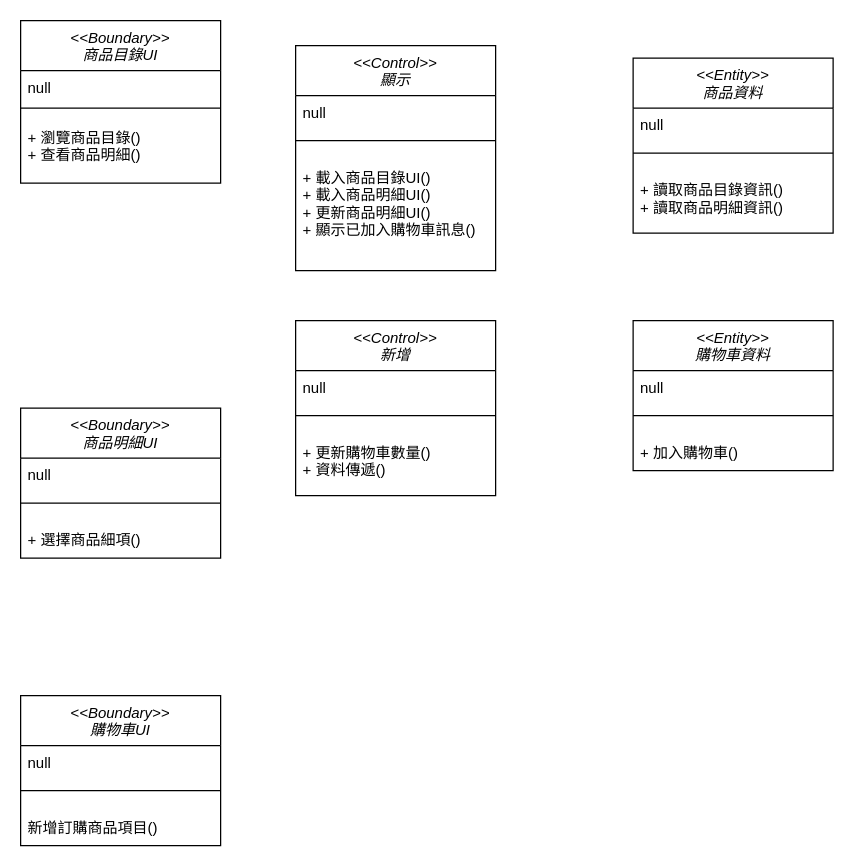
Earlier version of the draw.io diagram 商品訂購類別圖0515.drawio (odcs0320/blog). Source tidied: cells renumbered, new cells numbered last; positions are measured from the earlier drawing's top-left corner, leaving out a move shared by most shapes. Both pictures are drawn from the tidied source at 125%, with x=0, y=0 at pixel (20, 20).
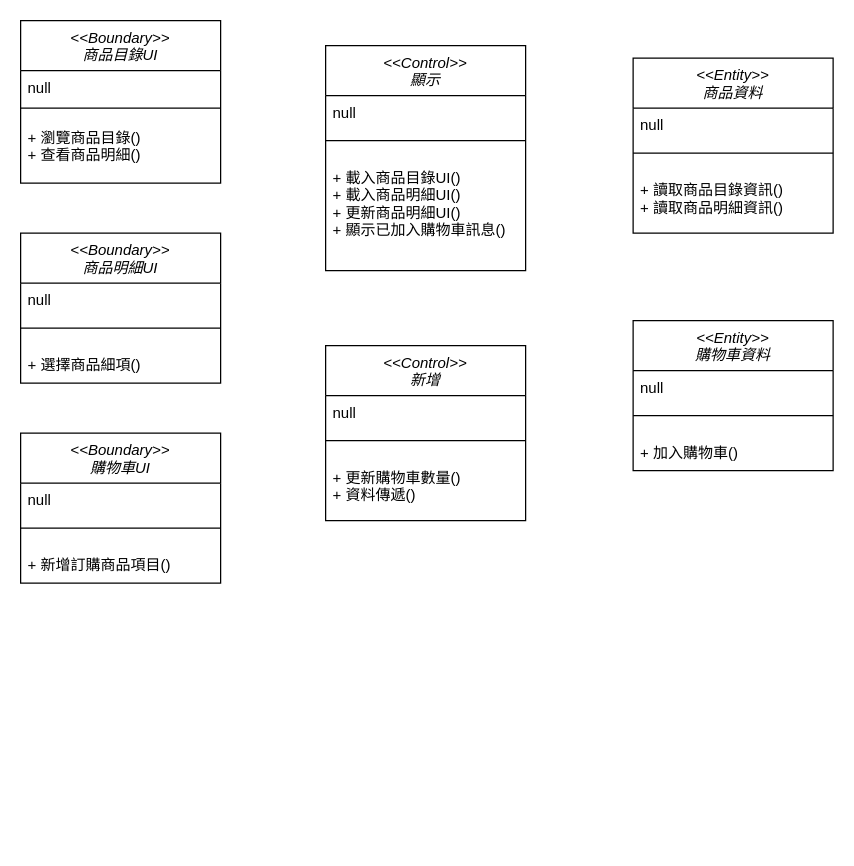
After the change.

Commit message:
更新商品訂購類別圖0515.drawio

Change to the diagram source:
```diff
@@
     <mxCell id="6" value="&lt;&lt;Boundary&gt;&gt;&#10;商品明細UI" style="swimlane;fontStyle=2;align=center;verticalAlign=top;horizontal=1;startSize=40;rounded=0;shadow=0;strokeWidth=1;" parent="1" vertex="1">
-      <mxGeometry y="310" width="160" height="120" as="geometry" />
+      <mxGeometry y="170" width="160" height="120" as="geometry" />
     </mxCell>
@@
     <mxCell id="10" value="&lt;&lt;Boundary&gt;&gt;&#10;購物車UI" style="swimlane;fontStyle=2;align=center;verticalAlign=top;horizontal=1;startSize=40;rounded=0;shadow=0;strokeWidth=1;" parent="1" vertex="1">
-      <mxGeometry y="540" width="160" height="120" as="geometry" />
+      <mxGeometry y="330" width="160" height="120" as="geometry" />
     </mxCell>
@@
-    <mxCell id="13" value="新增訂購商品項目()" style="text;align=left;verticalAlign=top;spacingLeft=4;spacingRight=4;overflow=hidden;rounded=0;shadow=0;html=0;" parent="10" vertex="1">
+    <mxCell id="13" value="+ 新增訂購商品項目()" style="text;align=left;verticalAlign=top;spacingLeft=4;spacingRight=4;overflow=hidden;rounded=0;shadow=0;html=0;" parent="10" vertex="1">
       <mxGeometry y="92" width="160" height="28" as="geometry" />
     </mxCell>
     <mxCell id="14" value="&lt;&lt;Control&gt;&gt;&#10;顯示" style="swimlane;fontStyle=2;align=center;verticalAlign=top;horizontal=1;startSize=40;rounded=0;shadow=0;strokeWidth=1;" parent="1" vertex="1">
-      <mxGeometry x="220" y="20" width="160" height="180" as="geometry" />
+      <mxGeometry x="244" y="20" width="160" height="180" as="geometry" />
     </mxCell>
@@
     <mxCell id="18" value="&lt;&lt;Control&gt;&gt;&#10;新增" style="swimlane;fontStyle=2;align=center;verticalAlign=top;horizontal=1;startSize=40;rounded=0;shadow=0;strokeWidth=1;" parent="1" vertex="1">
-      <mxGeometry x="220" y="240" width="160" height="140" as="geometry" />
+      <mxGeometry x="244" y="260" width="160" height="140" as="geometry" />
     </mxCell>
```
